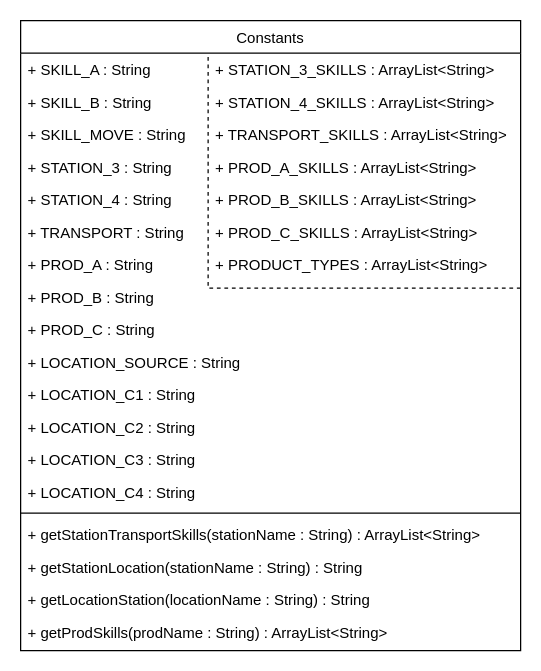
This is doc/Drawio/Const_Class_Diagram.drawio from thggs/Thesis, a draw.io file, before an edit. Source tidied: cells renumbered, new cells numbered last; positions are measured from the earlier drawing's top-left corner, leaving out a move shared by most shapes. Both pictures are drawn from the tidied source at 125%, with x=0, y=0 at pixel (20, 20).
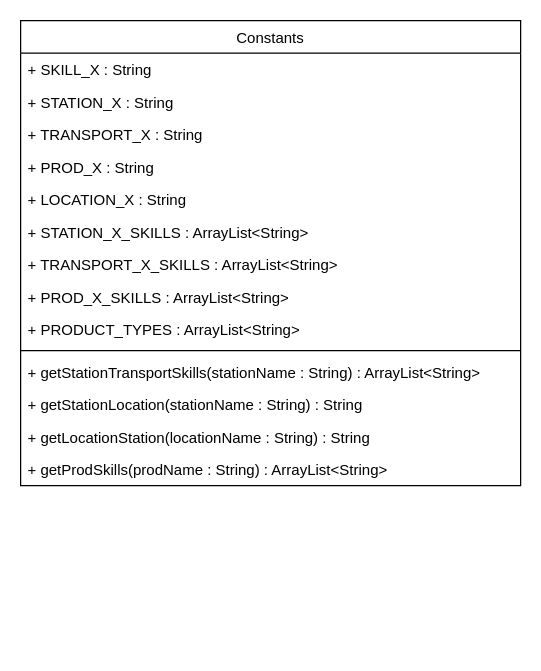
After the change.

The edit, as a diff of the source:
```diff
@@
     <mxCell id="2" value="Constants" style="swimlane;fontStyle=0;align=center;verticalAlign=top;horizontal=1;startSize=26;rounded=0;shadow=0;strokeWidth=1;" parent="1" vertex="1">
-      <mxGeometry width="400" height="504" as="geometry" />
+      <mxGeometry width="400" height="372" as="geometry" />
     </mxCell>
-    <mxCell id="3" value="+ SKILL_A : String" style="text;align=left;verticalAlign=top;spacingLeft=4;spacingRight=4;overflow=hidden;" parent="1" vertex="1">
-      <mxGeometry y="26" width="190" height="26" as="geometry" />
-    </mxCell>
-    <mxCell id="4" value="+ SKILL_B : String" style="text;align=left;verticalAlign=top;spacingLeft=4;spacingRight=4;overflow=hidden;" parent="1" vertex="1">
-      <mxGeometry y="52" width="190" height="26" as="geometry" />
+    <mxCell id="4" value="+ SKILL_X : String" style="text;align=left;verticalAlign=top;spacingLeft=4;spacingRight=4;overflow=hidden;" parent="2" vertex="1">
+      <mxGeometry y="26" width="400" height="26" as="geometry" />
     </mxCell>
-    <mxCell id="5" value="+ SKILL_MOVE : String" style="text;align=left;verticalAlign=top;spacingLeft=4;spacingRight=4;overflow=hidden;" parent="1" vertex="1">
-      <mxGeometry y="78" width="190" height="26" as="geometry" />
-    </mxCell>
-    <mxCell id="6" value="+ STATION_3 : String" style="text;align=left;verticalAlign=top;spacingLeft=4;spacingRight=4;overflow=hidden;" parent="1" vertex="1">
-      <mxGeometry y="104" width="190" height="26" as="geometry" />
-    </mxCell>
-    <mxCell id="7" value="+ STATION_4 : String" style="text;align=left;verticalAlign=top;spacingLeft=4;spacingRight=4;overflow=hidden;" parent="1" vertex="1">
-      <mxGeometry y="130" width="190" height="26" as="geometry" />
+    <mxCell id="7" value="+ STATION_X : String" style="text;align=left;verticalAlign=top;spacingLeft=4;spacingRight=4;overflow=hidden;" parent="2" vertex="1">
+      <mxGeometry y="52" width="400" height="26" as="geometry" />
     </mxCell>
-    <mxCell id="8" value="+ TRANSPORT : String" style="text;align=left;verticalAlign=top;spacingLeft=4;spacingRight=4;overflow=hidden;" parent="1" vertex="1">
-      <mxGeometry y="156" width="190" height="26" as="geometry" />
+    <mxCell id="8" value="+ TRANSPORT_X : String" style="text;align=left;verticalAlign=top;spacingLeft=4;spacingRight=4;overflow=hidden;" parent="2" vertex="1">
+      <mxGeometry y="78" width="400" height="26" as="geometry" />
     </mxCell>
-    <mxCell id="9" value="+ PROD_A : String" style="text;align=left;verticalAlign=top;spacingLeft=4;spacingRight=4;overflow=hidden;" parent="1" vertex="1">
-      <mxGeometry y="182" width="190" height="26" as="geometry" />
+    <mxCell id="9" value="+ PROD_X : String" style="text;align=left;verticalAlign=top;spacingLeft=4;spacingRight=4;overflow=hidden;" parent="2" vertex="1">
+      <mxGeometry y="104" width="400" height="26" as="geometry" />
     </mxCell>
-    <mxCell id="10" value="+ PROD_B : String" style="text;align=left;verticalAlign=top;spacingLeft=4;spacingRight=4;overflow=hidden;" parent="1" vertex="1">
-      <mxGeometry y="208" width="190" height="26" as="geometry" />
-    </mxCell>
-    <mxCell id="11" value="+ PROD_C : String" style="text;align=left;verticalAlign=top;spacingLeft=4;spacingRight=4;overflow=hidden;" parent="1" vertex="1">
-      <mxGeometry y="234" width="190" height="26" as="geometry" />
-    </mxCell>
-    <mxCell id="12" value="+ LOCATION_SOURCE : String" style="text;align=left;verticalAlign=top;spacingLeft=4;spacingRight=4;overflow=hidden;" parent="1" vertex="1">
-      <mxGeometry y="260" width="190" height="26" as="geometry" />
-    </mxCell>
-    <mxCell id="13" value="+ LOCATION_C1 : String" style="text;align=left;verticalAlign=top;spacingLeft=4;spacingRight=4;overflow=hidden;" parent="1" vertex="1">
-      <mxGeometry y="286" width="190" height="26" as="geometry" />
+    <mxCell id="13" value="+ LOCATION_X : String" style="text;align=left;verticalAlign=top;spacingLeft=4;spacingRight=4;overflow=hidden;" parent="2" vertex="1">
+      <mxGeometry y="130" width="400" height="26" as="geometry" />
     </mxCell>
-    <mxCell id="14" value="+ LOCATION_C2 : String" style="text;align=left;verticalAlign=top;spacingLeft=4;spacingRight=4;overflow=hidden;" parent="1" vertex="1">
-      <mxGeometry y="312" width="190" height="26" as="geometry" />
-    </mxCell>
-    <mxCell id="15" value="+ LOCATION_C4 : String" style="text;align=left;verticalAlign=top;spacingLeft=4;spacingRight=4;overflow=hidden;" parent="1" vertex="1">
-      <mxGeometry y="364" width="190" height="26" as="geometry" />
-    </mxCell>
+    <mxCell id="21" value="+ STATION_X_SKILLS : ArrayList&lt;String&gt;" style="text;align=left;verticalAlign=top;spacingLeft=4;spacingRight=4;overflow=hidden;" parent="2" vertex="1">
+      <mxGeometry y="156" width="400" height="26" as="geometry" />
+    </mxCell>
+    <mxCell id="23" value="+ TRANSPORT_X_SKILLS : ArrayList&lt;String&gt;" style="text;align=left;verticalAlign=top;spacingLeft=4;spacingRight=4;overflow=hidden;" parent="2" vertex="1">
+      <mxGeometry y="182" width="400" height="26" as="geometry" />
+    </mxCell>
+    <mxCell id="24" value="+ PROD_X_SKILLS : ArrayList&lt;String&gt;" style="text;align=left;verticalAlign=top;spacingLeft=4;spacingRight=4;overflow=hidden;" parent="2" vertex="1">
+      <mxGeometry y="208" width="400" height="26" as="geometry" />
+    </mxCell>
+    <mxCell id="27" value="+ PRODUCT_TYPES : ArrayList&lt;String&gt;" style="text;align=left;verticalAlign=top;spacingLeft=4;spacingRight=4;overflow=hidden;" parent="2" vertex="1">
+      <mxGeometry y="234" width="400" height="26" as="geometry" />
+    </mxCell>
-    <mxCell id="16" style="line;html=1;strokeWidth=1;align=left;verticalAlign=middle;spacingTop=-1;spacingLeft=3;spacingRight=3;labelPosition=right;" parent="1" vertex="1">
-      <mxGeometry y="390" width="400" height="8" as="geometry" />
+    <mxCell id="16" style="line;html=1;strokeWidth=1;align=left;verticalAlign=middle;spacingTop=-1;spacingLeft=3;spacingRight=3;labelPosition=right;" parent="2" vertex="1">
+      <mxGeometry y="260" width="400" height="8" as="geometry" />
     </mxCell>
-    <mxCell id="17" value="+ getStationTransportSkills(stationName : String) : ArrayList&lt;String&gt;" style="text;align=left;verticalAlign=top;spacingLeft=4;spacingRight=4;overflow=hidden;fontStyle=0;" parent="1" vertex="1">
-      <mxGeometry y="398" width="380" height="26" as="geometry" />
+    <mxCell id="17" value="+ getStationTransportSkills(stationName : String) : ArrayList&lt;String&gt;" style="text;align=left;verticalAlign=top;spacingLeft=4;spacingRight=4;overflow=hidden;fontStyle=0;" parent="2" vertex="1">
+      <mxGeometry y="268" width="400" height="26" as="geometry" />
     </mxCell>
-    <mxCell id="18" value="+ getStationLocation(stationName : String) : String" style="text;align=left;verticalAlign=top;spacingLeft=4;spacingRight=4;overflow=hidden;fontStyle=0;" parent="1" vertex="1">
-      <mxGeometry y="424" width="380" height="26" as="geometry" />
+    <mxCell id="18" value="+ getStationLocation(stationName : String) : String" style="text;align=left;verticalAlign=top;spacingLeft=4;spacingRight=4;overflow=hidden;fontStyle=0;" parent="2" vertex="1">
+      <mxGeometry y="294" width="400" height="26" as="geometry" />
     </mxCell>
-    <mxCell id="19" value="+ getLocationStation(locationName : String) : String" style="text;align=left;verticalAlign=top;spacingLeft=4;spacingRight=4;overflow=hidden;fontStyle=0;" parent="1" vertex="1">
-      <mxGeometry y="450" width="380" height="26" as="geometry" />
+    <mxCell id="19" value="+ getLocationStation(locationName : String) : String" style="text;align=left;verticalAlign=top;spacingLeft=4;spacingRight=4;overflow=hidden;fontStyle=0;" parent="2" vertex="1">
+      <mxGeometry y="320" width="400" height="26" as="geometry" />
     </mxCell>
-    <mxCell id="20" value="+ getProdSkills(prodName : String) : ArrayList&lt;String&gt;" style="text;align=left;verticalAlign=top;spacingLeft=4;spacingRight=4;overflow=hidden;fontStyle=0;" parent="1" vertex="1">
-      <mxGeometry y="476" width="380" height="26" as="geometry" />
+    <mxCell id="20" value="+ getProdSkills(prodName : String) : ArrayList&lt;String&gt;" style="text;align=left;verticalAlign=top;spacingLeft=4;spacingRight=4;overflow=hidden;fontStyle=0;" parent="2" vertex="1">
+      <mxGeometry y="346" width="400" height="26" as="geometry" />
     </mxCell>
-    <mxCell id="21" value="+ STATION_3_SKILLS : ArrayList&lt;String&gt;" style="text;align=left;verticalAlign=top;spacingLeft=4;spacingRight=4;overflow=hidden;" parent="1" vertex="1">
-      <mxGeometry x="150" y="26" width="240" height="26" as="geometry" />
-    </mxCell>
-    <mxCell id="22" value="+ STATION_4_SKILLS : ArrayList&lt;String&gt;" style="text;align=left;verticalAlign=top;spacingLeft=4;spacingRight=4;overflow=hidden;" parent="1" vertex="1">
-      <mxGeometry x="150" y="52" width="240" height="26" as="geometry" />
-    </mxCell>
-    <mxCell id="23" value="+ TRANSPORT_SKILLS : ArrayList&lt;String&gt;" style="text;align=left;verticalAlign=top;spacingLeft=4;spacingRight=4;overflow=hidden;" parent="1" vertex="1">
-      <mxGeometry x="150" y="78" width="250" height="26" as="geometry" />
-    </mxCell>
-    <mxCell id="24" value="+ PROD_A_SKILLS : ArrayList&lt;String&gt;" style="text;align=left;verticalAlign=top;spacingLeft=4;spacingRight=4;overflow=hidden;" parent="1" vertex="1">
-      <mxGeometry x="150" y="104" width="240" height="26" as="geometry" />
-    </mxCell>
-    <mxCell id="25" value="+ PROD_B_SKILLS : ArrayList&lt;String&gt;" style="text;align=left;verticalAlign=top;spacingLeft=4;spacingRight=4;overflow=hidden;" parent="1" vertex="1">
-      <mxGeometry x="150" y="130" width="240" height="26" as="geometry" />
-    </mxCell>
-    <mxCell id="26" value="+ PROD_C_SKILLS : ArrayList&lt;String&gt;" style="text;align=left;verticalAlign=top;spacingLeft=4;spacingRight=4;overflow=hidden;" parent="1" vertex="1">
-      <mxGeometry x="150" y="156" width="240" height="26" as="geometry" />
-    </mxCell>
-    <mxCell id="27" value="+ PRODUCT_TYPES : ArrayList&lt;String&gt;" style="text;align=left;verticalAlign=top;spacingLeft=4;spacingRight=4;overflow=hidden;" parent="1" vertex="1">
-      <mxGeometry x="150" y="182" width="240" height="26" as="geometry" />
-    </mxCell>
-    <mxCell id="28" style="endArrow=none;html=1;rounded=0;dashed=1;" parent="1" edge="1">
-      <mxGeometry relative="1" as="geometry">
-        <mxPoint x="400" y="214" as="sourcePoint" />
-        <mxPoint x="150" y="26" as="targetPoint" />
-        <Array as="points">
-          <mxPoint x="150" y="214" />
-        </Array>
-      </mxGeometry>
-    </mxCell>
-    <mxCell id="29" value="+ LOCATION_C3 : String" style="text;align=left;verticalAlign=top;spacingLeft=4;spacingRight=4;overflow=hidden;" parent="1" vertex="1">
-      <mxGeometry y="338" width="190" height="26" as="geometry" />
-    </mxCell>
```
